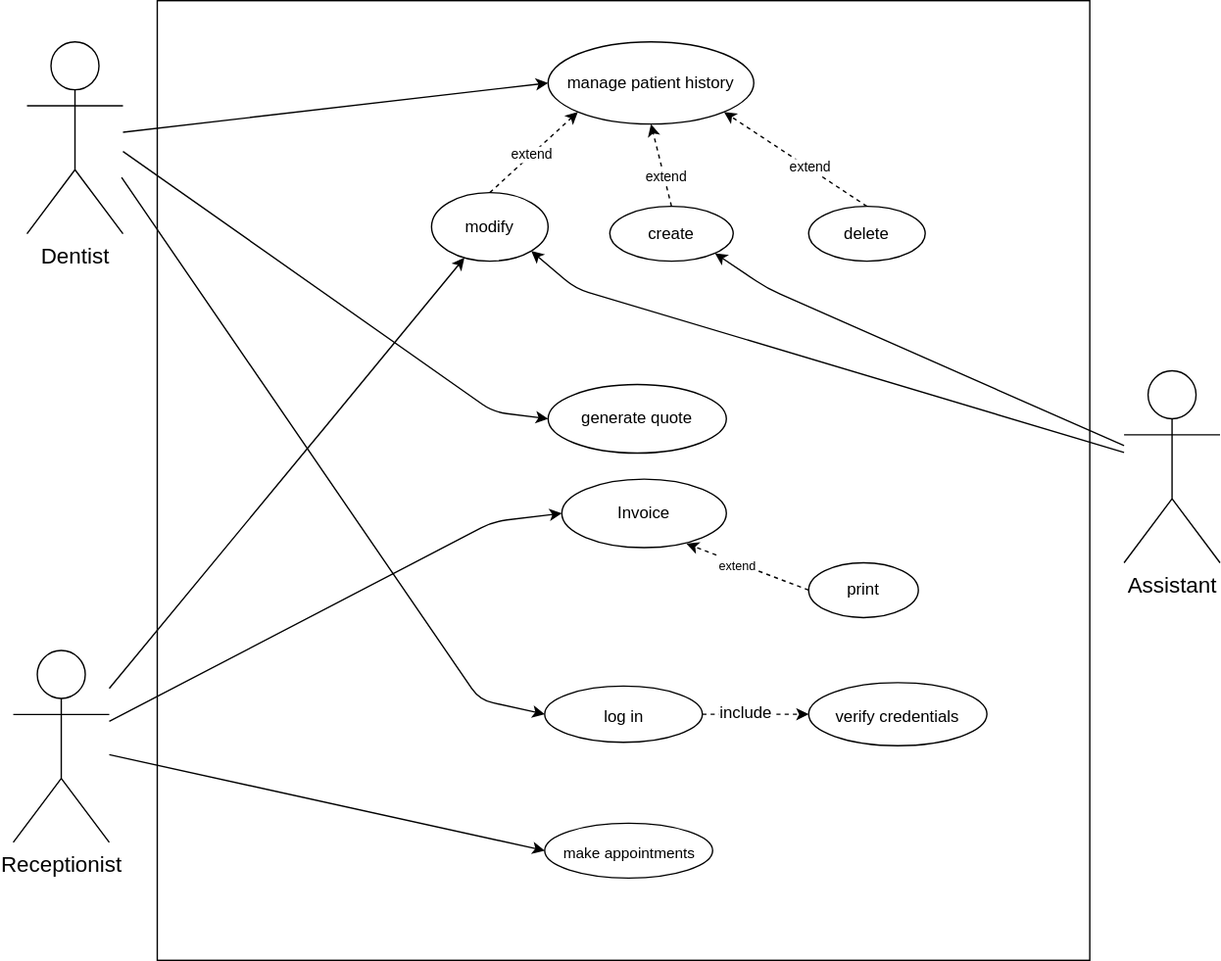
Before: doc/diagrams/useCase3/UC3_2.svg, a diagram exported from draw.io (DanielColado/softwareEngineering). Source tidied: cells renumbered, new cells last; positions are measured from the earlier drawing's top-left corner, leaving out a move shared by most shapes.
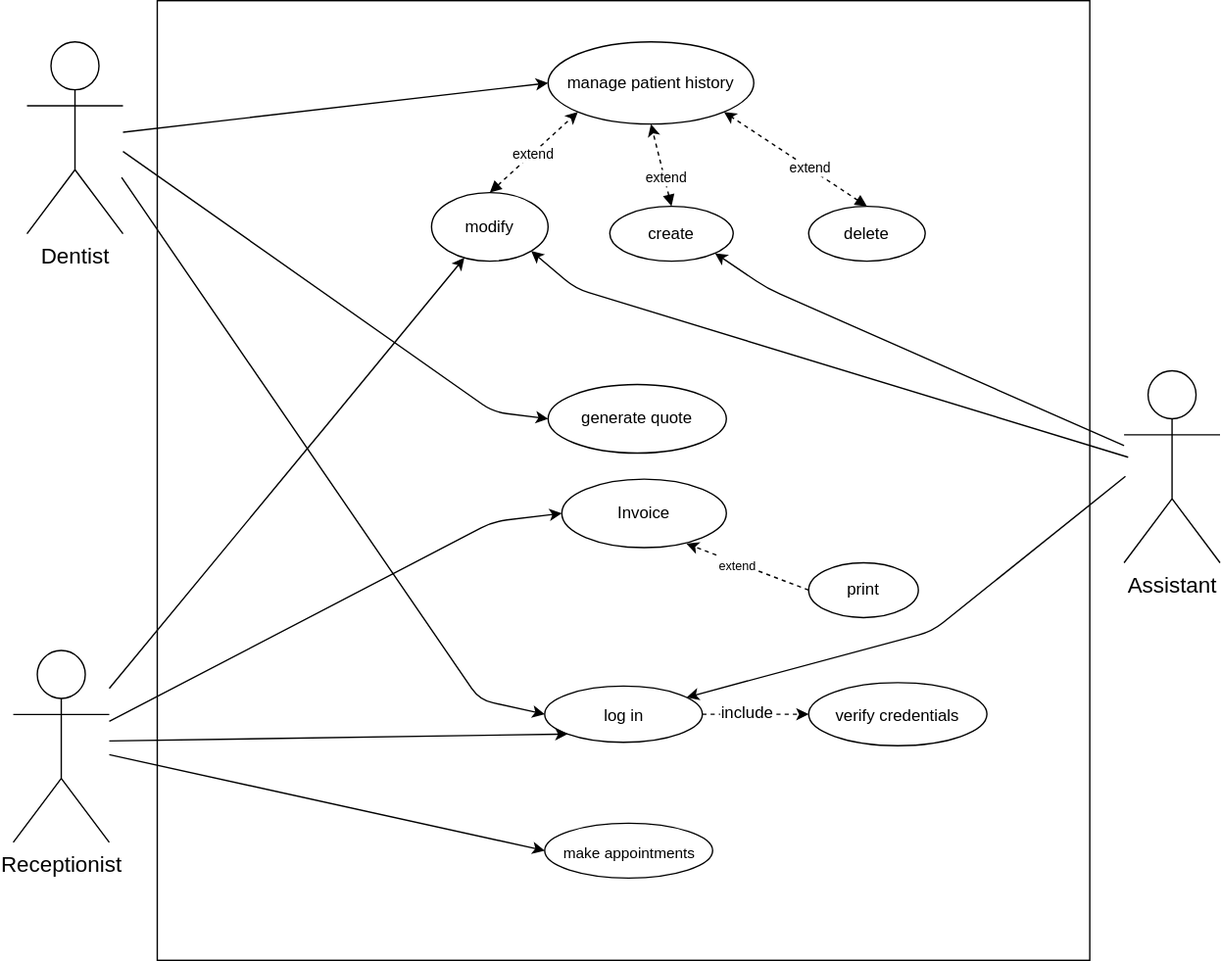
Above is the later version.

Commit message:
Updated UC3_2 drawio- Added UC3_2 sequence diagram

Diff of the diagram source:
```diff
@@ -8,7 +8,7 @@
     <mxCell id="3" value="&lt;font style=&quot;font-size: 12px;&quot;&gt;manage patient history&lt;/font&gt;" style="ellipse;whiteSpace=wrap;html=1;" parent="1" vertex="1">
       <mxGeometry x="390" y="30" width="150" height="60" as="geometry" />
     </mxCell>
-    <mxCell id="4" style="edgeStyle=none;html=1;exitX=0.5;exitY=0;exitDx=0;exitDy=0;entryX=0;entryY=1;entryDx=0;entryDy=0;fontSize=16;dashed=1;" parent="1" edge="1" source="6" target="3">
+    <mxCell id="4" style="edgeStyle=none;html=1;exitX=0.5;exitY=0;exitDx=0;exitDy=0;entryX=0;entryY=1;entryDx=0;entryDy=0;fontSize=16;dashed=1;startArrow=block;startFill=1;" parent="1" edge="1" source="6" target="3">
       <mxGeometry relative="1" as="geometry" />
     </mxCell>
     <mxCell id="5" value="extend" style="edgeLabel;html=1;align=center;verticalAlign=middle;fontSize=10;" parent="4" vertex="1">
@@ -19,7 +19,7 @@
     <mxCell id="6" value="modify" style="ellipse;whiteSpace=wrap;html=1;" parent="1" vertex="1">
       <mxGeometry x="305" y="140" width="85" height="50" as="geometry" />
     </mxCell>
-    <mxCell id="7" style="edgeStyle=none;html=1;exitX=0.5;exitY=0;exitDx=0;exitDy=0;entryX=0.5;entryY=1;entryDx=0;entryDy=0;dashed=1;fontSize=16;" parent="1" edge="1" source="9" target="3">
+    <mxCell id="7" style="edgeStyle=none;html=1;exitX=0.5;exitY=0;exitDx=0;exitDy=0;entryX=0.5;entryY=1;entryDx=0;entryDy=0;dashed=1;fontSize=16;startArrow=block;startFill=1;" parent="1" edge="1" source="9" target="3">
       <mxGeometry relative="1" as="geometry" />
     </mxCell>
     <mxCell id="8" value="extend" style="edgeLabel;html=1;align=center;verticalAlign=middle;fontSize=10;" parent="7" vertex="1">
@@ -28,7 +28,7 @@
     <mxCell id="9" value="create" style="ellipse;whiteSpace=wrap;html=1;" parent="1" vertex="1">
       <mxGeometry x="435" y="150" width="90" height="40" as="geometry" />
     </mxCell>
-    <mxCell id="10" style="edgeStyle=none;html=1;exitX=0.5;exitY=0;exitDx=0;exitDy=0;entryX=1;entryY=1;entryDx=0;entryDy=0;dashed=1;fontSize=16;" parent="1" edge="1" source="12" target="3">
+    <mxCell id="10" style="edgeStyle=none;html=1;exitX=0.5;exitY=0;exitDx=0;exitDy=0;entryX=1;entryY=1;entryDx=0;entryDy=0;dashed=1;fontSize=16;startArrow=block;startFill=1;" parent="1" edge="1" source="12" target="3">
       <mxGeometry relative="1" as="geometry" />
     </mxCell>
     <mxCell id="11" value="extend" style="edgeLabel;html=1;align=center;verticalAlign=middle;fontSize=10;" parent="10" vertex="1">
@@ -95,13 +95,22 @@
         </Array>
       </mxGeometry>
     </mxCell>
-    <mxCell id="27" style="edgeStyle=none;html=1;entryX=1;entryY=1;entryDx=0;entryDy=0;fontSize=16;" parent="1" edge="1" source="28" target="6">
+    <mxCell id="27" style="edgeStyle=none;html=1;entryX=1;entryY=1;entryDx=0;entryDy=0;fontSize=16;" parent="1" edge="1" target="6">
       <mxGeometry relative="1" as="geometry">
+        <mxPoint x="813" y="333" as="sourcePoint" />
         <Array as="points">
           <mxPoint x="410" y="210" />
         </Array>
       </mxGeometry>
     </mxCell>
+    <mxCell id="34" style="edgeStyle=none;html=1;" parent="1" edge="1" target="20">
+      <mxGeometry relative="1" as="geometry">
+        <mxPoint x="811" y="347" as="sourcePoint" />
+        <Array as="points">
+          <mxPoint x="670" y="460" />
+        </Array>
+      </mxGeometry>
+    </mxCell>
     <mxCell id="28" value="&lt;span style=&quot;font-size: 16px;&quot;&gt;Assistant&lt;/span&gt;" style="shape=umlActor;verticalLabelPosition=bottom;verticalAlign=top;html=1;fontSize=9;" parent="1" vertex="1">
       <mxGeometry x="810" y="270" width="70" height="140" as="geometry" />
     </mxCell>
@@ -124,6 +133,11 @@
         </Array>
       </mxGeometry>
     </mxCell>
+    <mxCell id="35" style="edgeStyle=none;html=1;entryX=0;entryY=1;entryDx=0;entryDy=0;" parent="1" edge="1" target="20">
+      <mxGeometry relative="1" as="geometry">
+        <mxPoint x="70" y="540" as="sourcePoint" />
+      </mxGeometry>
+    </mxCell>
     <mxCell id="32" value="&lt;span style=&quot;font-size: 16px;&quot;&gt;Receptionist&lt;br&gt;&lt;br&gt;&lt;/span&gt;" style="shape=umlActor;verticalLabelPosition=bottom;verticalAlign=top;html=1;fontSize=9;" parent="1" vertex="1">
       <mxGeometry y="474" width="70" height="140" as="geometry" />
     </mxCell>
```
